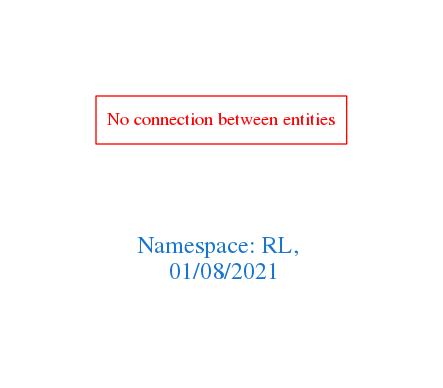
arago/OGIT keeps this Graphviz diagram as downloads/RL.png. Above is the earlier version. Its source is kept beside it as downloads/RL.dot.
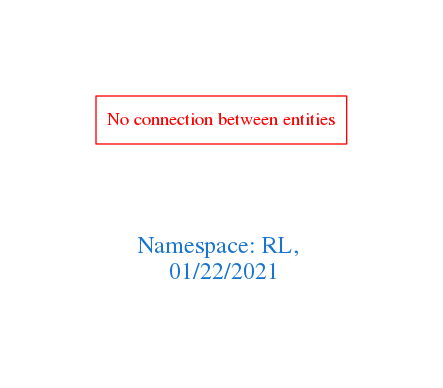
After the change.

What changed in the source:
```diff
@@ -1,7 +1,7 @@
 digraph OGIT_ontology {
  graph [ rankdir= LR,pad=1
 fontsize = 18,
-fontcolor= dodgerblue3,label = "\n\n\nNamespace: RL, \n 01/08/2021"];
+fontcolor= dodgerblue3,label = "\n\n\nNamespace: RL, \n 01/22/2021"];
 node[shape=polygon];
 edge [  color="gray81"];
 
```
